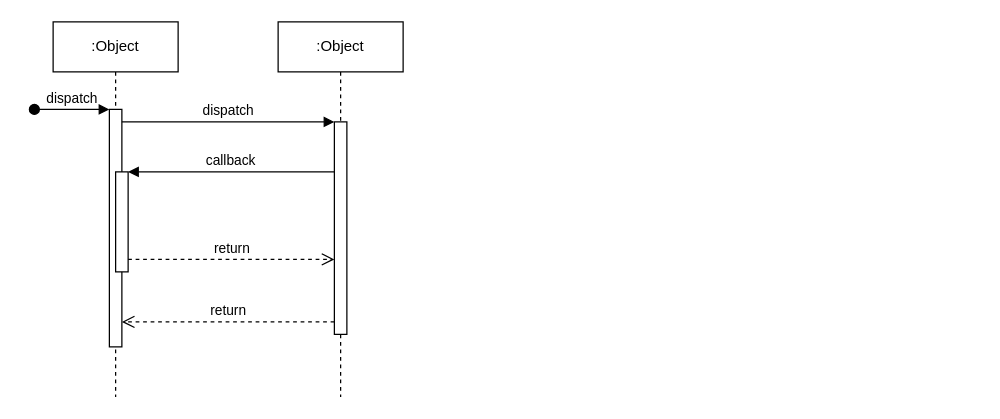
Above: 毕设uml/未命名绘图.drawio in bigflyelephant/uml_set (draw.io), before the change. Source tidied: cells renumbered, new cells numbered last; positions are measured from the earlier drawing's top-left corner, leaving out a move shared by most shapes. Both pictures are drawn from the tidied source at 125%, with x=0, y=0 at pixel (34, 21).
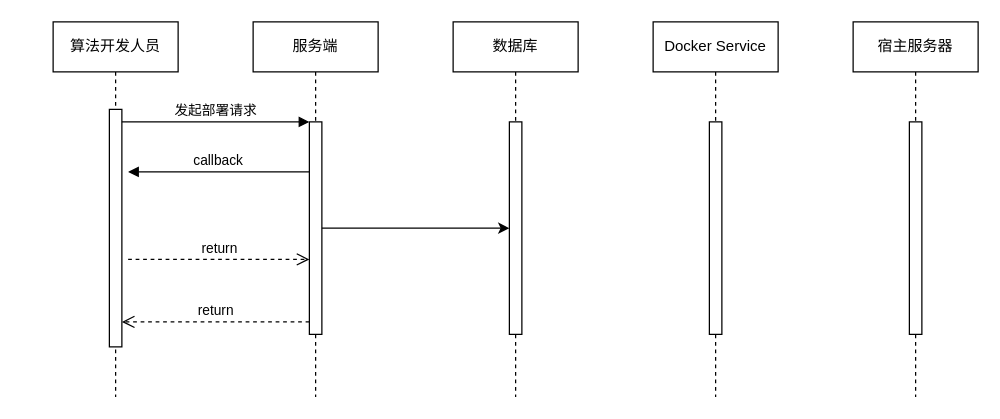
The same diagram, later.

The change refers to these unchanged cells:
```xml
<mxCell id="3" style="html=1;points=[];perimeter=orthogonalPerimeter;outlineConnect=0;targetShapes=umlLifeline;portConstraint=eastwest;newEdgeStyle={&quot;edgeStyle&quot;:&quot;elbowEdgeStyle&quot;,&quot;elbow&quot;:&quot;vertical&quot;,&quot;curved&quot;:0,&quot;rounded&quot;:0};" parent="2" vertex="1">
  <mxGeometry x="45" y="70" width="10" height="190" as="geometry" />
</mxCell>
<mxCell id="7" style="html=1;points=[];perimeter=orthogonalPerimeter;outlineConnect=0;targetShapes=umlLifeline;portConstraint=eastwest;newEdgeStyle={&quot;edgeStyle&quot;:&quot;elbowEdgeStyle&quot;,&quot;elbow&quot;:&quot;vertical&quot;,&quot;curved&quot;:0,&quot;rounded&quot;:0};" parent="6" vertex="1">
  <mxGeometry x="45" y="80" width="10" height="170" as="geometry" />
</mxCell>
```

What changed in the source:
```diff
@@
-    <mxCell id="2" value=":Object" style="shape=umlLifeline;perimeter=lifelinePerimeter;whiteSpace=wrap;html=1;newEdgeStyle={&quot;edgeStyle&quot;:&quot;elbowEdgeStyle&quot;,&quot;elbow&quot;:&quot;vertical&quot;,&quot;curved&quot;:0,&quot;rounded&quot;:0};" parent="1" vertex="1">
+    <mxCell id="2" value="算法开发人员" style="shape=umlLifeline;perimeter=lifelinePerimeter;whiteSpace=wrap;html=1;newEdgeStyle={&quot;edgeStyle&quot;:&quot;elbowEdgeStyle&quot;,&quot;elbow&quot;:&quot;vertical&quot;,&quot;curved&quot;:0,&quot;rounded&quot;:0};" parent="1" vertex="1">
       <mxGeometry x="15" width="100" height="300" as="geometry" />
     </mxCell>
@@
-    <mxCell id="4" value="dispatch" style="html=1;verticalAlign=bottom;startArrow=oval;endArrow=block;startSize=8;edgeStyle=elbowEdgeStyle;elbow=vertical;curved=0;rounded=0;" parent="2" edge="1" target="3">
-      <mxGeometry relative="1" as="geometry">
-        <mxPoint x="-15" y="70" as="sourcePoint" />
-      </mxGeometry>
-    </mxCell>
-    <mxCell id="5" style="html=1;points=[];perimeter=orthogonalPerimeter;outlineConnect=0;targetShapes=umlLifeline;portConstraint=eastwest;newEdgeStyle={&quot;edgeStyle&quot;:&quot;elbowEdgeStyle&quot;,&quot;elbow&quot;:&quot;vertical&quot;,&quot;curved&quot;:0,&quot;rounded&quot;:0};" parent="2" vertex="1">
-      <mxGeometry x="50" y="120" width="10" height="80" as="geometry" />
-    </mxCell>
-    <mxCell id="6" value=":Object" style="shape=umlLifeline;perimeter=lifelinePerimeter;whiteSpace=wrap;html=1;newEdgeStyle={&quot;edgeStyle&quot;:&quot;elbowEdgeStyle&quot;,&quot;elbow&quot;:&quot;vertical&quot;,&quot;curved&quot;:0,&quot;rounded&quot;:0};" parent="1" vertex="1">
-      <mxGeometry x="195" width="100" height="300" as="geometry" />
+    <mxCell id="6" value="服务端" style="shape=umlLifeline;perimeter=lifelinePerimeter;whiteSpace=wrap;html=1;newEdgeStyle={&quot;edgeStyle&quot;:&quot;elbowEdgeStyle&quot;,&quot;elbow&quot;:&quot;vertical&quot;,&quot;curved&quot;:0,&quot;rounded&quot;:0};" parent="1" vertex="1">
+      <mxGeometry x="175" width="100" height="300" as="geometry" />
     </mxCell>
@@
-    <mxCell id="8" value="dispatch" style="html=1;verticalAlign=bottom;endArrow=block;edgeStyle=elbowEdgeStyle;elbow=vertical;curved=0;rounded=0;" parent="1" edge="1" source="3" target="7">
+    <mxCell id="8" value="发起部署请求" style="html=1;verticalAlign=bottom;endArrow=block;edgeStyle=elbowEdgeStyle;elbow=vertical;curved=0;rounded=0;" parent="1" edge="1" source="3" target="7">
       <mxGeometry relative="1" as="geometry">
         <Array as="points">
           <mxPoint x="155" y="80" />
         </Array>
       </mxGeometry>
     </mxCell>
@@
-    <mxCell id="10" value="callback" style="html=1;verticalAlign=bottom;endArrow=block;edgeStyle=elbowEdgeStyle;elbow=vertical;curved=0;rounded=0;" parent="1" edge="1" source="7" target="5">
+    <mxCell id="10" value="callback" style="html=1;verticalAlign=bottom;endArrow=block;edgeStyle=elbowEdgeStyle;elbow=vertical;curved=0;rounded=0;" parent="1" edge="1" source="7">
       <mxGeometry relative="1" as="geometry">
+        <mxPoint x="75" y="120" as="targetPoint" />
         <Array as="points">
           <mxPoint x="165" y="120" />
         </Array>
       </mxGeometry>
     </mxCell>
-    <mxCell id="11" value="return" style="html=1;verticalAlign=bottom;endArrow=open;dashed=1;endSize=8;edgeStyle=elbowEdgeStyle;elbow=vertical;curved=0;rounded=0;" parent="1" edge="1" source="5" target="7">
+    <mxCell id="11" value="return" style="html=1;verticalAlign=bottom;endArrow=open;dashed=1;endSize=8;edgeStyle=elbowEdgeStyle;elbow=vertical;curved=0;rounded=0;" parent="1" edge="1" target="7">
       <mxGeometry relative="1" as="geometry">
+        <mxPoint x="75" y="190" as="sourcePoint" />
         <Array as="points">
           <mxPoint x="155" y="190" />
         </Array>
       </mxGeometry>
     </mxCell>
+    <mxCell id="12" style="edgeStyle=elbowEdgeStyle;rounded=0;jettySize=auto;html=1;elbow=vertical;curved=0;" parent="1" edge="1" source="7" target="14">
+      <mxGeometry relative="1" as="geometry">
+        <Array as="points">
+          <mxPoint x="385" y="130" />
+        </Array>
+      </mxGeometry>
+    </mxCell>
+    <mxCell id="13" value="数据库" style="shape=umlLifeline;perimeter=lifelinePerimeter;whiteSpace=wrap;html=1;newEdgeStyle={&quot;edgeStyle&quot;:&quot;elbowEdgeStyle&quot;,&quot;elbow&quot;:&quot;vertical&quot;,&quot;curved&quot;:0,&quot;rounded&quot;:0};" parent="1" vertex="1">
+      <mxGeometry x="335" width="100" height="300" as="geometry" />
+    </mxCell>
+    <mxCell id="14" style="html=1;points=[];perimeter=orthogonalPerimeter;outlineConnect=0;targetShapes=umlLifeline;portConstraint=eastwest;newEdgeStyle={&quot;edgeStyle&quot;:&quot;elbowEdgeStyle&quot;,&quot;elbow&quot;:&quot;vertical&quot;,&quot;curved&quot;:0,&quot;rounded&quot;:0};" parent="13" vertex="1">
+      <mxGeometry x="45" y="80" width="10" height="170" as="geometry" />
+    </mxCell>
+    <mxCell id="15" value="Docker Service" style="shape=umlLifeline;perimeter=lifelinePerimeter;whiteSpace=wrap;html=1;newEdgeStyle={&quot;edgeStyle&quot;:&quot;elbowEdgeStyle&quot;,&quot;elbow&quot;:&quot;vertical&quot;,&quot;curved&quot;:0,&quot;rounded&quot;:0};" parent="1" vertex="1">
+      <mxGeometry x="495" width="100" height="300" as="geometry" />
+    </mxCell>
+    <mxCell id="16" style="html=1;perimeter=orthogonalPerimeter;targetShapes=umlLifeline;newEdgeStyle={&quot;edgeStyle&quot;:&quot;elbowEdgeStyle&quot;,&quot;elbow&quot;:&quot;vertical&quot;,&quot;curved&quot;:0,&quot;rounded&quot;:0};" parent="15" vertex="1">
+      <mxGeometry x="45" y="80" width="10" height="170" as="geometry" />
+    </mxCell>
+    <mxCell id="17" value="宿主服务器" style="shape=umlLifeline;perimeter=lifelinePerimeter;whiteSpace=wrap;html=1;newEdgeStyle={&quot;edgeStyle&quot;:&quot;elbowEdgeStyle&quot;,&quot;elbow&quot;:&quot;vertical&quot;,&quot;curved&quot;:0,&quot;rounded&quot;:0};" parent="1" vertex="1">
+      <mxGeometry x="655" width="100" height="300" as="geometry" />
+    </mxCell>
+    <mxCell id="18" style="html=1;perimeter=orthogonalPerimeter;targetShapes=umlLifeline;newEdgeStyle={&quot;edgeStyle&quot;:&quot;elbowEdgeStyle&quot;,&quot;elbow&quot;:&quot;vertical&quot;,&quot;curved&quot;:0,&quot;rounded&quot;:0};" parent="17" vertex="1">
+      <mxGeometry x="45" y="80" width="10" height="170" as="geometry" />
+    </mxCell>
```
